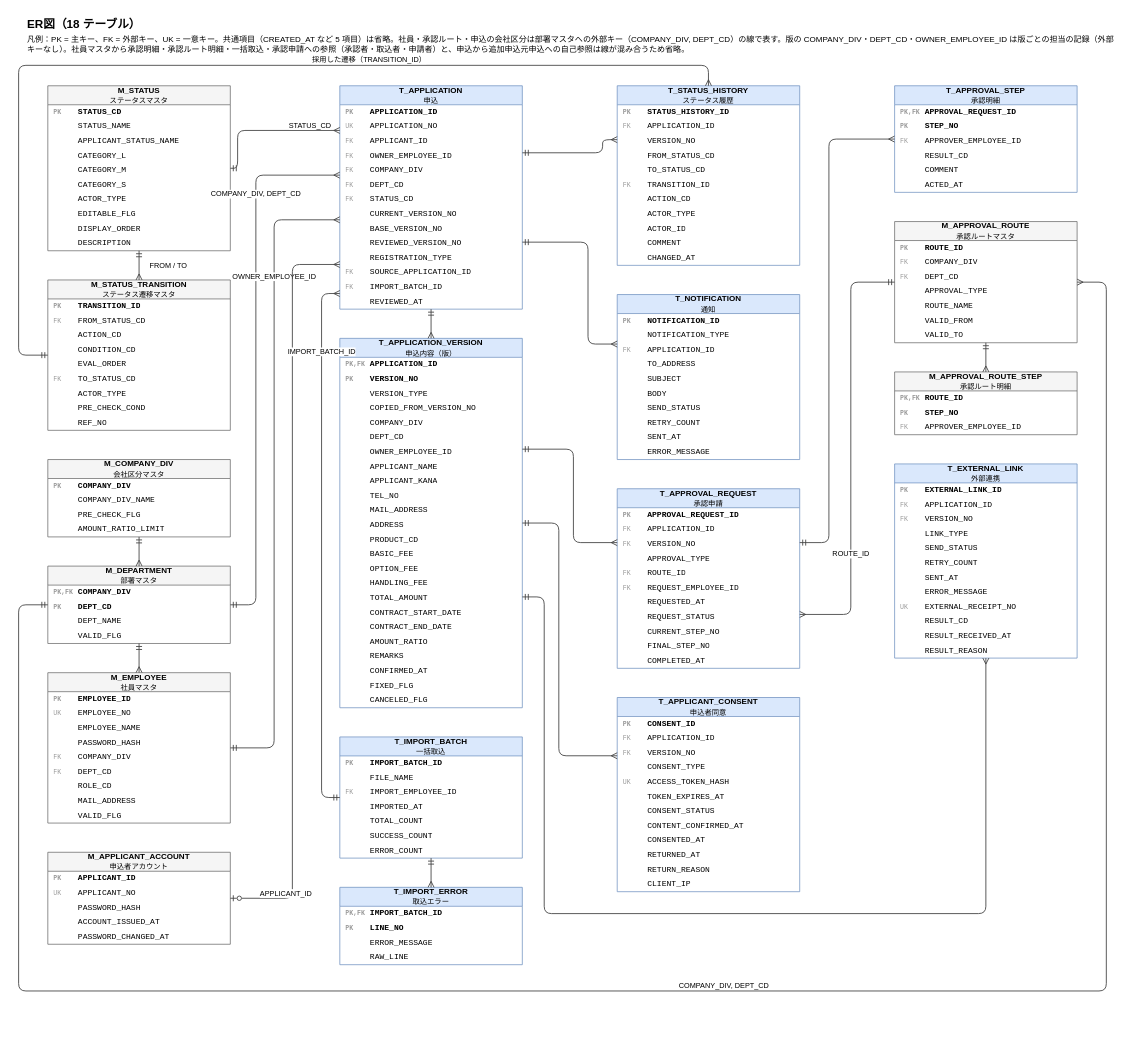
This is docs/diagrams/er-diagram.drawio from yasudaProduct/JavaServletSample2, a draw.io file, before an edit. Source tidied: cells renumbered, new cells numbered last; positions are measured from the earlier drawing's top-left corner, leaving out a move shared by most shapes. Both pictures are drawn from the tidied source at 73%, with x=0, y=0 at pixel (18, 12).
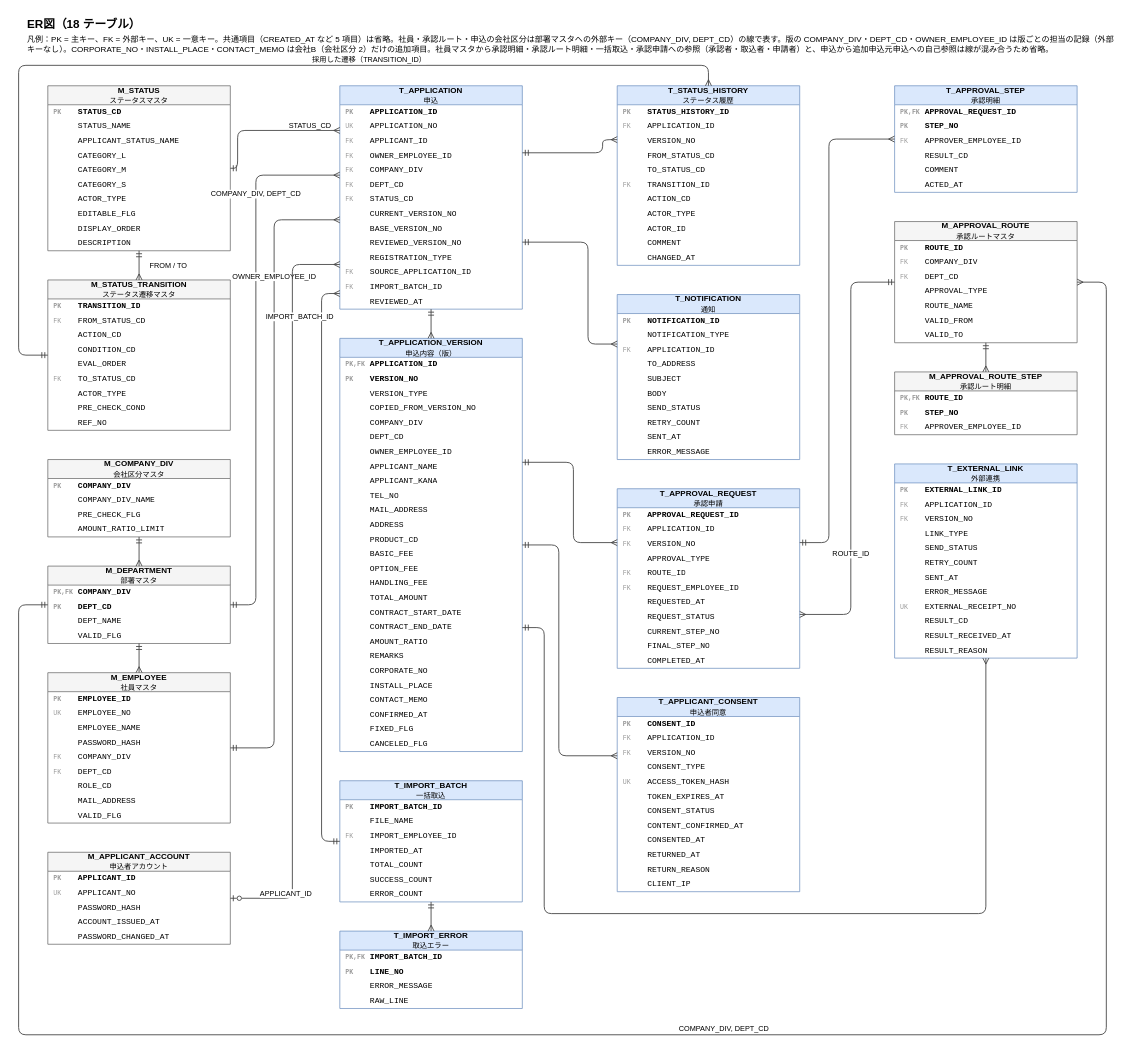
The same page after the edit.

The change refers to these unchanged cells:
```xml
<mxCell id="30" value="M_DEPARTMENT&lt;br&gt;&lt;span style='font-weight:normal;font-size:10px'&gt;部署マスタ&lt;/span&gt;" style="swimlane;fontStyle=1;horizontal=1;startSize=26;whiteSpace=wrap;html=1;fontSize=11;fillColor=#f5f5f5;strokeColor=#666666;swimlaneFillColor=#ffffff;" parent="1" vertex="1">
  <mxGeometry x="40" y="758" width="250" height="106" as="geometry" />
</mxCell>
<mxCell id="51" value="T_APPLICATION&lt;br&gt;&lt;span style='font-weight:normal;font-size:10px'&gt;申込&lt;/span&gt;" style="swimlane;fontStyle=1;horizontal=1;startSize=26;whiteSpace=wrap;html=1;fontSize=11;fillColor=#dae8fc;strokeColor=#6c8ebf;swimlaneFillColor=#ffffff;" parent="1" vertex="1">
  <mxGeometry x="440" y="100" width="250" height="306" as="geometry" />
</mxCell>
<mxCell id="127" value="T_APPROVAL_REQUEST&lt;br&gt;&lt;span style='font-weight:normal;font-size:10px'&gt;承認申請&lt;/span&gt;" style="swimlane;fontStyle=1;horizontal=1;startSize=26;whiteSpace=wrap;html=1;fontSize=11;fillColor=#dae8fc;strokeColor=#6c8ebf;swimlaneFillColor=#ffffff;" parent="1" vertex="1">
  <mxGeometry x="820" y="652" width="250" height="246" as="geometry" />
</mxCell>
<mxCell id="139" value="T_APPLICANT_CONSENT&lt;br&gt;&lt;span style='font-weight:normal;font-size:10px'&gt;申込者同意&lt;/span&gt;" style="swimlane;fontStyle=1;horizontal=1;startSize=26;whiteSpace=wrap;html=1;fontSize=11;fillColor=#dae8fc;strokeColor=#6c8ebf;swimlaneFillColor=#ffffff;" parent="1" vertex="1">
  <mxGeometry x="820" y="938" width="250" height="266" as="geometry" />
</mxCell>
<mxCell id="159" value="M_APPROVAL_ROUTE&lt;br&gt;&lt;span style='font-weight:normal;font-size:10px'&gt;承認ルートマスタ&lt;/span&gt;" style="swimlane;fontStyle=1;horizontal=1;startSize=26;whiteSpace=wrap;html=1;fontSize=11;fillColor=#f5f5f5;strokeColor=#666666;swimlaneFillColor=#ffffff;" parent="1" vertex="1">
  <mxGeometry x="1200" y="286" width="250" height="166" as="geometry" />
</mxCell>
<mxCell id="171" value="T_EXTERNAL_LINK&lt;br&gt;&lt;span style='font-weight:normal;font-size:10px'&gt;外部連携&lt;/span&gt;" style="swimlane;fontStyle=1;horizontal=1;startSize=26;whiteSpace=wrap;html=1;fontSize=11;fillColor=#dae8fc;strokeColor=#6c8ebf;swimlaneFillColor=#ffffff;" parent="1" vertex="1">
  <mxGeometry x="1200" y="618" width="250" height="266" as="geometry" />
</mxCell>
```

What changed in the source:
```diff
@@
-    <mxCell id="3" value="凡例：PK = 主キー、FK = 外部キー、UK = 一意キー。共通項目（CREATED_AT など 5 項目）は省略。社員・承認ルート・申込の会社区分は部署マスタへの外部キー（COMPANY_DIV, DEPT_CD）の線で表す。版の COMPANY_DIV・DEPT_CD・OWNER_EMPLOYEE_ID は版ごとの担当の記録（外部キーなし）。社員マスタから承認明細・承認ルート明細・一括取込・承認申請への参照（承認者・取込者・申請者）と、申込から追加申込元申込への自己参照は線が混み合うため省略。" style="text;html=1;align=left;verticalAlign=top;fontSize=11;whiteSpace=wrap;" parent="1" vertex="1">
+    <mxCell id="3" value="凡例：PK = 主キー、FK = 外部キー、UK = 一意キー。共通項目（CREATED_AT など 5 項目）は省略。社員・承認ルート・申込の会社区分は部署マスタへの外部キー（COMPANY_DIV, DEPT_CD）の線で表す。版の COMPANY_DIV・DEPT_CD・OWNER_EMPLOYEE_ID は版ごとの担当の記録（外部キーなし）。CORPORATE_NO・INSTALL_PLACE・CONTACT_MEMO は会社B（会社区分 2）だけの追加項目。社員マスタから承認明細・承認ルート明細・一括取込・承認申請への参照（承認者・取込者・申請者）と、申込から追加申込元申込への自己参照は線が混み合うため省略。" style="text;html=1;align=left;verticalAlign=top;fontSize=11;whiteSpace=wrap;" parent="1" vertex="1">
       <mxGeometry x="10" y="24" width="1500" height="32" as="geometry" />
     </mxCell>
@@
     <mxCell id="66" value="T_APPLICATION_VERSION&lt;br&gt;&lt;span style='font-weight:normal;font-size:10px'&gt;申込内容（版）&lt;/span&gt;" style="swimlane;fontStyle=1;horizontal=1;startSize=26;whiteSpace=wrap;html=1;fontSize=11;fillColor=#dae8fc;strokeColor=#6c8ebf;swimlaneFillColor=#ffffff;" parent="1" vertex="1">
-      <mxGeometry x="440" y="446" width="250" height="506" as="geometry" />
+      <mxGeometry x="440" y="446" width="250" height="566" as="geometry" />
     </mxCell>
@@
+    <mxCell id="204" value="&lt;span style='color:#999999;font-size:9px'&gt;&amp;nbsp;&amp;nbsp;&amp;nbsp;&amp;nbsp;&amp;nbsp;&lt;/span&gt; CORPORATE_NO" style="text;strokeColor=none;fillColor=none;align=left;verticalAlign=middle;spacingLeft=6;spacingRight=4;overflow=hidden;html=1;fontSize=11;fontFamily=Courier New;" parent="66" vertex="1">
+      <mxGeometry y="446" width="250" height="20" as="geometry" />
+    </mxCell>
+    <mxCell id="205" value="&lt;span style='color:#999999;font-size:9px'&gt;&amp;nbsp;&amp;nbsp;&amp;nbsp;&amp;nbsp;&amp;nbsp;&lt;/span&gt; INSTALL_PLACE" style="text;strokeColor=none;fillColor=none;align=left;verticalAlign=middle;spacingLeft=6;spacingRight=4;overflow=hidden;html=1;fontSize=11;fontFamily=Courier New;" parent="66" vertex="1">
+      <mxGeometry y="466" width="250" height="20" as="geometry" />
+    </mxCell>
+    <mxCell id="206" value="&lt;span style='color:#999999;font-size:9px'&gt;&amp;nbsp;&amp;nbsp;&amp;nbsp;&amp;nbsp;&amp;nbsp;&lt;/span&gt; CONTACT_MEMO" style="text;strokeColor=none;fillColor=none;align=left;verticalAlign=middle;spacingLeft=6;spacingRight=4;overflow=hidden;html=1;fontSize=11;fontFamily=Courier New;" parent="66" vertex="1">
+      <mxGeometry y="486" width="250" height="20" as="geometry" />
+    </mxCell>
     <mxCell id="88" value="&lt;span style='color:#999999;font-size:9px'&gt;&amp;nbsp;&amp;nbsp;&amp;nbsp;&amp;nbsp;&amp;nbsp;&lt;/span&gt; CONFIRMED_AT" style="text;strokeColor=none;fillColor=none;align=left;verticalAlign=middle;spacingLeft=6;spacingRight=4;overflow=hidden;html=1;fontSize=11;fontFamily=Courier New;" parent="66" vertex="1">
-      <mxGeometry y="446" width="250" height="20" as="geometry" />
+      <mxGeometry y="506" width="250" height="20" as="geometry" />
     </mxCell>
     <mxCell id="89" value="&lt;span style='color:#999999;font-size:9px'&gt;&amp;nbsp;&amp;nbsp;&amp;nbsp;&amp;nbsp;&amp;nbsp;&lt;/span&gt; FIXED_FLG" style="text;strokeColor=none;fillColor=none;align=left;verticalAlign=middle;spacingLeft=6;spacingRight=4;overflow=hidden;html=1;fontSize=11;fontFamily=Courier New;" parent="66" vertex="1">
-      <mxGeometry y="466" width="250" height="20" as="geometry" />
+      <mxGeometry y="526" width="250" height="20" as="geometry" />
     </mxCell>
     <mxCell id="90" value="&lt;span style='color:#999999;font-size:9px'&gt;&amp;nbsp;&amp;nbsp;&amp;nbsp;&amp;nbsp;&amp;nbsp;&lt;/span&gt; CANCELED_FLG" style="text;strokeColor=none;fillColor=none;align=left;verticalAlign=middle;spacingLeft=6;spacingRight=4;overflow=hidden;html=1;fontSize=11;fontFamily=Courier New;" parent="66" vertex="1">
-      <mxGeometry y="486" width="250" height="20" as="geometry" />
+      <mxGeometry y="546" width="250" height="20" as="geometry" />
     </mxCell>
     <mxCell id="91" value="T_IMPORT_BATCH&lt;br&gt;&lt;span style='font-weight:normal;font-size:10px'&gt;一括取込&lt;/span&gt;" style="swimlane;fontStyle=1;horizontal=1;startSize=26;whiteSpace=wrap;html=1;fontSize=11;fillColor=#dae8fc;strokeColor=#6c8ebf;swimlaneFillColor=#ffffff;" parent="1" vertex="1">
-      <mxGeometry x="440" y="992" width="250" height="166" as="geometry" />
+      <mxGeometry x="440" y="1052" width="250" height="166" as="geometry" />
     </mxCell>
@@
     <mxCell id="99" value="T_IMPORT_ERROR&lt;br&gt;&lt;span style='font-weight:normal;font-size:10px'&gt;取込エラー&lt;/span&gt;" style="swimlane;fontStyle=1;horizontal=1;startSize=26;whiteSpace=wrap;html=1;fontSize=11;fillColor=#dae8fc;strokeColor=#6c8ebf;swimlaneFillColor=#ffffff;" parent="1" vertex="1">
-      <mxGeometry x="440" y="1198" width="250" height="106" as="geometry" />
+      <mxGeometry x="440" y="1258" width="250" height="106" as="geometry" />
     </mxCell>
@@
     <mxCell id="192" value="COMPANY_DIV, DEPT_CD" style="edgeStyle=orthogonalEdgeStyle;rounded=1;html=1;fontSize=10;strokeWidth=1.2;strokeColor=#444444;startArrow=ERmandOne;startFill=0;endArrow=ERmany;endFill=0;labelBackgroundColor=#ffffff;jumpStyle=arc;jumpSize=8;exitX=0;exitY=0.5;exitDx=0;exitDy=0;entryX=1;entryY=0.5;entryDx=0;entryDy=0;" parent="1" edge="1" source="30" target="159">
       <mxGeometry relative="1" as="geometry">
         <Array as="points">
           <mxPoint y="811" />
-          <mxPoint y="1340" />
-          <mxPoint x="1490" y="1340" />
+          <mxPoint y="1400" />
+          <mxPoint x="1490" y="1400" />
           <mxPoint x="1490" y="369" />
         </Array>
         <mxPoint y="-8" as="offset" />
       </mxGeometry>
     </mxCell>
@@
     <mxCell id="195" value="IMPORT_BATCH_ID" style="edgeStyle=orthogonalEdgeStyle;rounded=1;html=1;fontSize=10;strokeWidth=1.2;strokeColor=#444444;startArrow=ERmandOne;startFill=0;endArrow=ERmany;endFill=0;labelBackgroundColor=#ffffff;jumpStyle=arc;jumpSize=8;exitX=0;exitY=0.5;exitDx=0;exitDy=0;entryX=0;entryY=0.93;entryDx=0;entryDy=0;" parent="1" edge="1" source="91" target="51">
-      <mxGeometry x="0.7" relative="1" as="geometry">
+      <mxGeometry x="0.86" relative="1" as="geometry">
         <Array as="points">
-          <mxPoint x="415" y="1075" />
+          <mxPoint x="415" y="1135" />
           <mxPoint x="415" y="384.6" />
         </Array>
-        <mxPoint y="-7" as="offset" />
+        <mxPoint x="-30" as="offset" />
       </mxGeometry>
     </mxCell>
@@
     <mxCell id="198" style="edgeStyle=orthogonalEdgeStyle;rounded=1;html=1;fontSize=10;strokeWidth=1.2;strokeColor=#444444;startArrow=ERmandOne;startFill=0;endArrow=ERmany;endFill=0;labelBackgroundColor=#ffffff;jumpStyle=arc;jumpSize=8;exitX=1;exitY=0.3;exitDx=0;exitDy=0;entryX=0;entryY=0.3;entryDx=0;entryDy=0;" parent="1" edge="1" source="66" target="127">
       <mxGeometry relative="1" as="geometry">
         <Array as="points">
-          <mxPoint x="760" y="597.8" />
+          <mxPoint x="760" y="615.8" />
           <mxPoint x="760" y="725.8" />
         </Array>
       </mxGeometry>
     </mxCell>
     <mxCell id="199" style="edgeStyle=orthogonalEdgeStyle;rounded=1;html=1;fontSize=10;strokeWidth=1.2;strokeColor=#444444;startArrow=ERmandOne;startFill=0;endArrow=ERmany;endFill=0;labelBackgroundColor=#ffffff;jumpStyle=arc;jumpSize=8;exitX=1;exitY=0.5;exitDx=0;exitDy=0;entryX=0;entryY=0.3;entryDx=0;entryDy=0;" parent="1" edge="1" source="66" target="139">
       <mxGeometry relative="1" as="geometry">
         <Array as="points">
-          <mxPoint x="740" y="699" />
+          <mxPoint x="740" y="729" />
           <mxPoint x="740" y="1017.8" />
         </Array>
       </mxGeometry>
     </mxCell>
     <mxCell id="200" style="edgeStyle=orthogonalEdgeStyle;rounded=1;html=1;fontSize=10;strokeWidth=1.2;strokeColor=#444444;startArrow=ERmandOne;startFill=0;endArrow=ERmany;endFill=0;labelBackgroundColor=#ffffff;jumpStyle=arc;jumpSize=8;exitX=1;exitY=0.7;exitDx=0;exitDy=0;entryX=0.5;entryY=1;entryDx=0;entryDy=0;" parent="1" edge="1" source="66" target="171">
       <mxGeometry relative="1" as="geometry">
         <Array as="points">
-          <mxPoint x="720" y="800.2" />
+          <mxPoint x="720" y="842.2" />
           <mxPoint x="720" y="1234" />
           <mxPoint x="1325" y="1234" />
         </Array>
       </mxGeometry>
     </mxCell>
```
